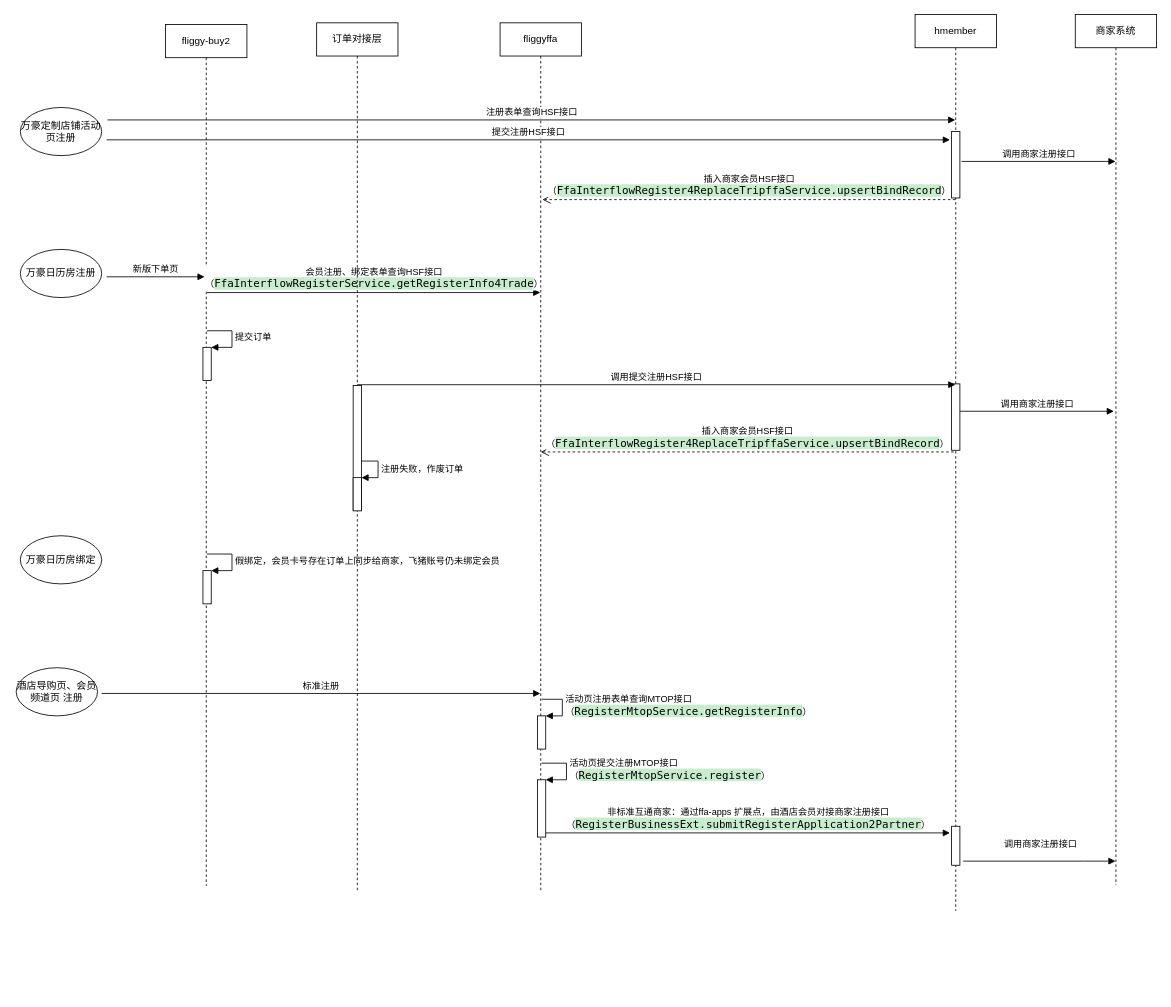
Before: page "万豪注册流程" (6 of 7) of 会员接口时序.drawio in renqiuming/drawio, a draw.io diagram. Source tidied: cells renumbered, new cells numbered last; positions are measured from the earlier drawing's top-left corner, leaving out a move shared by most shapes. Both pictures are drawn from the tidied source at 83%, with x=0, y=0 at pixel (16, 14).
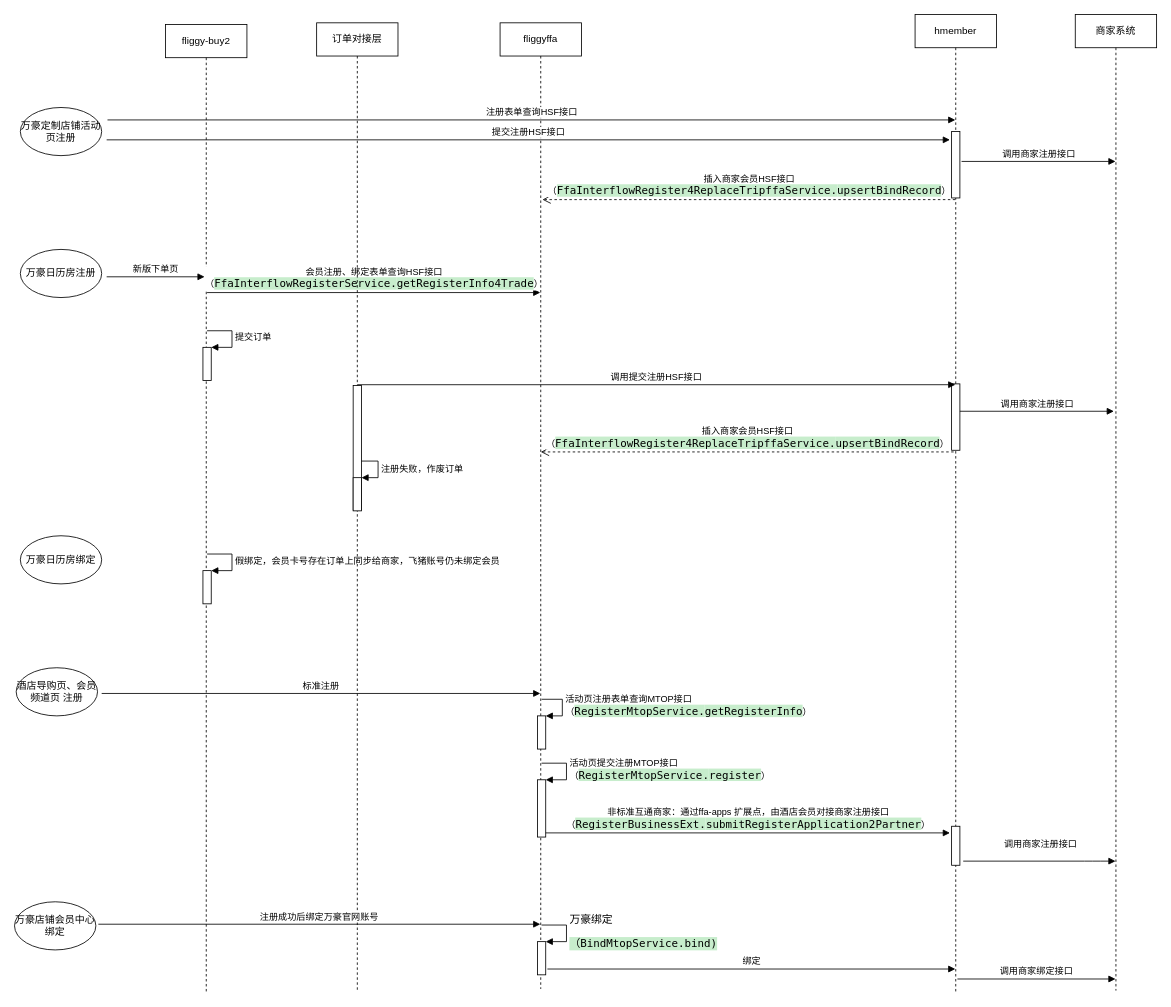
Above is the later version.

Commit message:
更新会员接口时序.drawio

Change to the diagram source:
```diff
@@
     <mxCell id="2" value="fliggy-buy2" style="shape=umlLifeline;perimeter=lifelinePerimeter;whiteSpace=wrap;html=1;" parent="1" vertex="1">
-      <mxGeometry x="180" y="12" width="98" height="1038" as="geometry" />
+      <mxGeometry x="180" y="12" width="98" height="1165" as="geometry" />
     </mxCell>
@@
     <mxCell id="8" value="fliggyffa" style="shape=umlLifeline;perimeter=lifelinePerimeter;whiteSpace=wrap;html=1;outlineConnect=0;" parent="1" vertex="1">
-      <mxGeometry x="583" y="10" width="98" height="1048" as="geometry" />
+      <mxGeometry x="583" y="10" width="98" height="1164" as="geometry" />
     </mxCell>
@@
+    <mxCell id="37" style="html=1;points=[];perimeter=orthogonalPerimeter;" parent="8" vertex="1">
+      <mxGeometry x="45" y="1107" width="10" height="40" as="geometry" />
+    </mxCell>
+    <mxCell id="38" value="&lt;pre style=&quot;font-family: &amp;#34;menlo&amp;#34; ; font-size: 9.8pt&quot;&gt;万豪绑定&lt;/pre&gt;&lt;pre style=&quot;background-color: rgb(199 , 237 , 204) ; font-family: &amp;#34;menlo&amp;#34; ; font-size: 9.8pt&quot;&gt;（BindMtopService.bind)&lt;/pre&gt;" style="edgeStyle=orthogonalEdgeStyle;html=1;align=left;spacingLeft=2;endArrow=block;rounded=0;entryX=1;entryY=0;" parent="8" edge="1" target="37">
+      <mxGeometry relative="1" as="geometry">
+        <mxPoint x="50" y="1087" as="sourcePoint" />
+        <Array as="points">
+          <mxPoint x="80" y="1087" />
+        </Array>
+      </mxGeometry>
+    </mxCell>
+    <mxCell id="39" value="绑定" style="html=1;verticalAlign=bottom;endArrow=block;" parent="8" edge="1" target="15">
+      <mxGeometry relative="1" as="geometry">
+        <mxPoint x="57" y="1140" as="sourcePoint" />
+      </mxGeometry>
+    </mxCell>
     <mxCell id="14" value="商家系统" style="shape=umlLifeline;perimeter=lifelinePerimeter;whiteSpace=wrap;html=1;outlineConnect=0;" parent="1" vertex="1">
-      <mxGeometry x="1276" width="98" height="1049" as="geometry" />
+      <mxGeometry x="1276" width="98" height="1176" as="geometry" />
     </mxCell>
     <mxCell id="15" value="hmember" style="shape=umlLifeline;perimeter=lifelinePerimeter;whiteSpace=wrap;html=1;outlineConnect=0;" parent="1" vertex="1">
-      <mxGeometry x="1083" width="98" height="1080" as="geometry" />
+      <mxGeometry x="1083" width="98" height="1178" as="geometry" />
     </mxCell>
@@
     <mxCell id="25" value="订单对接层" style="shape=umlLifeline;perimeter=lifelinePerimeter;whiteSpace=wrap;html=1;" parent="1" vertex="1">
-      <mxGeometry x="362" y="10" width="98" height="1046" as="geometry" />
+      <mxGeometry x="362" y="10" width="98" height="1168" as="geometry" />
     </mxCell>
@@
+    <mxCell id="40" value="万豪店铺会员中心绑定" style="ellipse;whiteSpace=wrap;html=1;" parent="1" vertex="1">
+      <mxGeometry x="-2" y="1069" width="98" height="58" as="geometry" />
+    </mxCell>
+    <mxCell id="41" value="注册成功后绑定万豪官网账号" style="html=1;verticalAlign=bottom;endArrow=block;" parent="1" edge="1" target="8">
+      <mxGeometry relative="1" as="geometry">
+        <mxPoint x="99" y="1096" as="sourcePoint" />
+      </mxGeometry>
+    </mxCell>
+    <mxCell id="42" value="调用商家绑定接口" style="html=1;verticalAlign=bottom;endArrow=block;" parent="1" edge="1" target="14">
+      <mxGeometry relative="1" as="geometry">
+        <mxPoint x="1134" y="1162" as="sourcePoint" />
+      </mxGeometry>
+    </mxCell>
```
